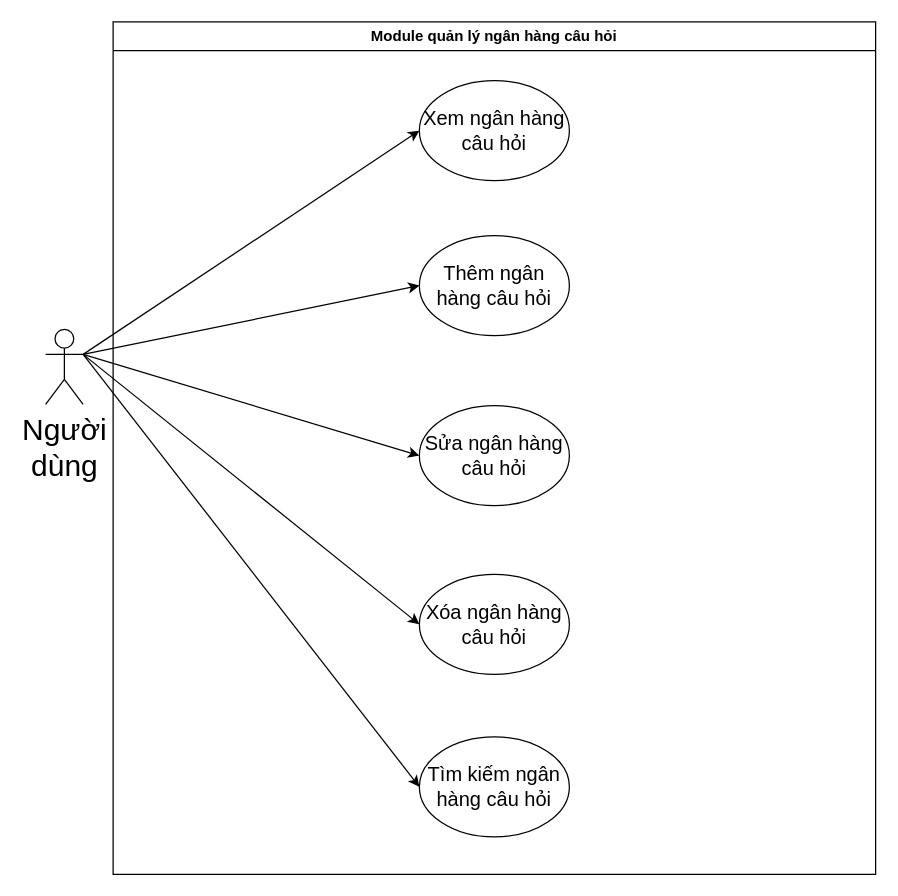
Earlier version of the draw.io diagram page "Ngân hàng câu hỏi" (6 of 6) of Hình/usecasediagram.drawio (VDT1805/ChallengeCreator). Source tidied: cells renumbered, new cells numbered last; positions are measured from the earlier drawing's top-left corner, leaving out a move shared by most shapes. Both pictures are drawn from the tidied source at 125%, with x=0, y=0 at pixel (45, 21).
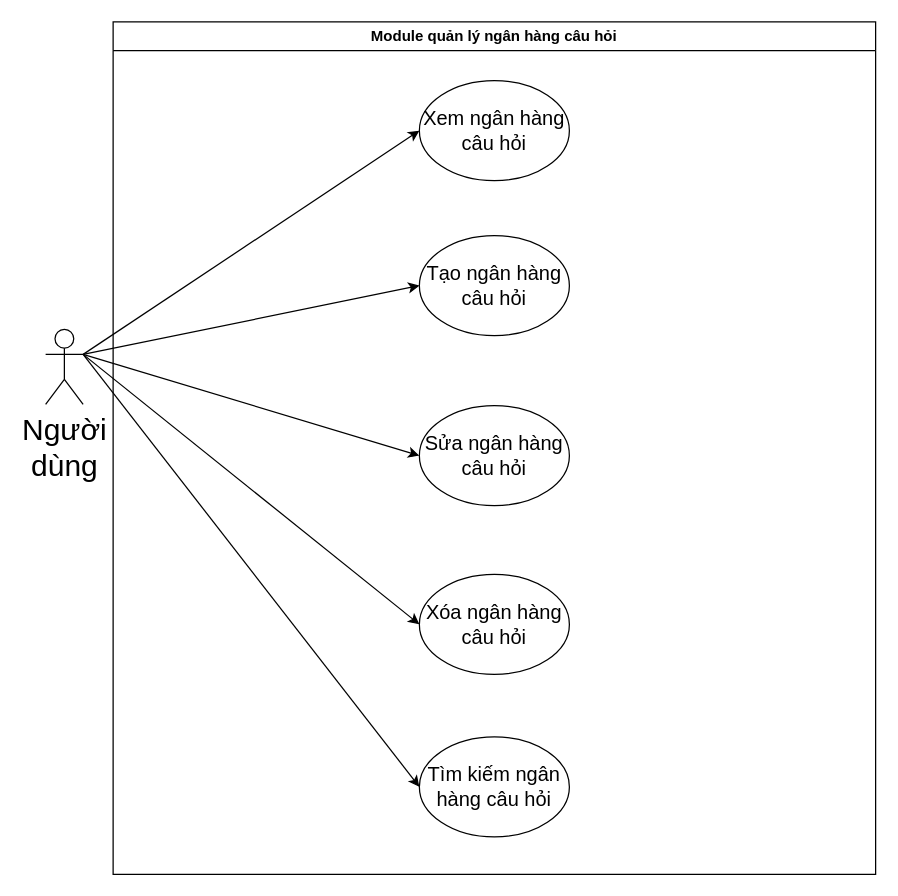
The same diagram, later.

Diff of the diagram source:
```diff
@@
 <mxGraphModel>
   <root>
     <mxCell id="0" />
     <mxCell id="1" parent="0" />
     <mxCell id="2" value="Module quản lý ngân hàng câu hỏi" style="swimlane;whiteSpace=wrap;html=1;startSize=23;" parent="1" vertex="1">
       <mxGeometry x="54" width="610" height="682" as="geometry" />
     </mxCell>
-    <mxCell id="3" value="Thêm ngân hàng câu hỏi" style="ellipse;whiteSpace=wrap;html=1;fontSize=16;" parent="2" vertex="1">
+    <mxCell id="3" value="Tạo ngân hàng câu hỏi" style="ellipse;whiteSpace=wrap;html=1;fontSize=16;" parent="2" vertex="1">
       <mxGeometry x="245" y="171" width="120" height="80" as="geometry" />
     </mxCell>
     <mxCell id="4" value="Xem ngân hàng câu hỏi" style="ellipse;whiteSpace=wrap;html=1;fontSize=16;" parent="2" vertex="1">
       <mxGeometry x="245" y="47" width="120" height="80" as="geometry" />
     </mxCell>
     <mxCell id="5" value="Xóa ngân hàng câu hỏi" style="ellipse;whiteSpace=wrap;html=1;fontSize=16;" parent="2" vertex="1">
       <mxGeometry x="245" y="442" width="120" height="80" as="geometry" />
     </mxCell>
     <mxCell id="6" value="Sửa ngân hàng câu hỏi" style="ellipse;whiteSpace=wrap;html=1;fontSize=16;" parent="2" vertex="1">
       <mxGeometry x="245" y="307" width="120" height="80" as="geometry" />
     </mxCell>
     <mxCell id="7" value="Tìm kiếm ngân hàng câu hỏi" style="ellipse;whiteSpace=wrap;html=1;fontSize=16;" parent="2" vertex="1">
       <mxGeometry x="245" y="572" width="120" height="80" as="geometry" />
     </mxCell>
     <mxCell id="8" style="edgeStyle=none;html=1;exitX=1;exitY=0.3333333333333333;exitDx=0;exitDy=0;exitPerimeter=0;entryX=0;entryY=0.5;entryDx=0;entryDy=0;" parent="1" edge="1" source="13" target="4">
       <mxGeometry relative="1" as="geometry" />
     </mxCell>
     <mxCell id="9" style="edgeStyle=none;html=1;exitX=1;exitY=0.3333333333333333;exitDx=0;exitDy=0;exitPerimeter=0;entryX=0;entryY=0.5;entryDx=0;entryDy=0;" parent="1" edge="1" source="13" target="3">
       <mxGeometry relative="1" as="geometry" />
     </mxCell>
     <mxCell id="10" style="edgeStyle=none;html=1;exitX=1;exitY=0.3333333333333333;exitDx=0;exitDy=0;exitPerimeter=0;entryX=0;entryY=0.5;entryDx=0;entryDy=0;" parent="1" edge="1" source="13" target="6">
       <mxGeometry relative="1" as="geometry" />
     </mxCell>
     <mxCell id="11" style="edgeStyle=none;html=1;exitX=1;exitY=0.3333333333333333;exitDx=0;exitDy=0;exitPerimeter=0;entryX=0;entryY=0.5;entryDx=0;entryDy=0;" parent="1" edge="1" source="13" target="5">
       <mxGeometry relative="1" as="geometry" />
     </mxCell>
     <mxCell id="12" style="edgeStyle=none;html=1;exitX=1;exitY=0.3333333333333333;exitDx=0;exitDy=0;exitPerimeter=0;entryX=0;entryY=0.5;entryDx=0;entryDy=0;" parent="1" edge="1" source="13" target="7">
       <mxGeometry relative="1" as="geometry" />
     </mxCell>
     <mxCell id="13" value="&lt;div style=&quot;&quot;&gt;&lt;span style=&quot;background-color: initial;&quot;&gt;Người&lt;/span&gt;&lt;/div&gt;&lt;div style=&quot;&quot;&gt;&lt;span style=&quot;background-color: initial;&quot;&gt;dùng&lt;/span&gt;&lt;/div&gt;" style="shape=umlActor;verticalLabelPosition=bottom;verticalAlign=top;html=1;outlineConnect=0;fontSize=24;align=center;" parent="1" vertex="1">
       <mxGeometry y="246" width="30" height="60" as="geometry" />
     </mxCell>
   </root>
 </mxGraphModel>
```
